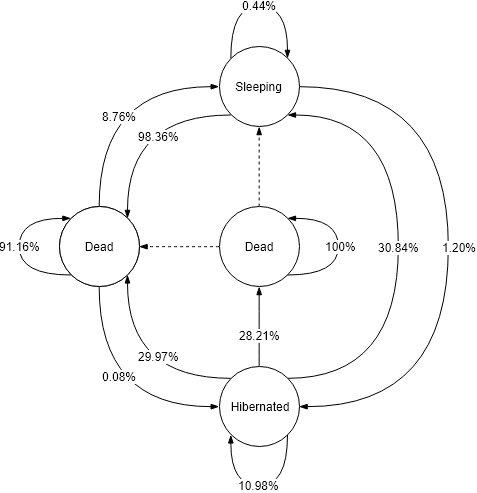
The draw.io diagram Chains/node_chain.png in collab-uniba/developersInactivityAnalysis, before a commit. Source tidied: cells renumbered, new cells last; positions are measured from the earlier drawing's top-left corner, leaving out a move shared by most shapes.
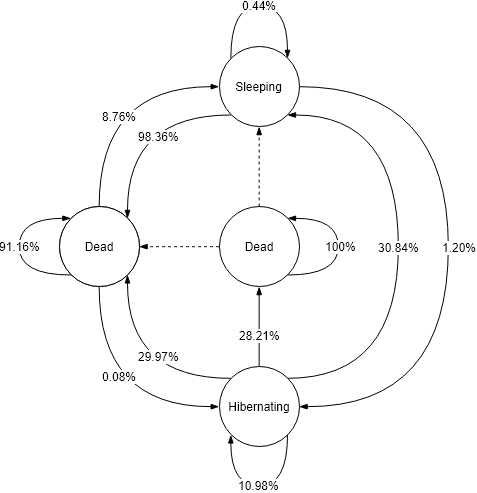
The same file after the commit.

Change to the diagram source:
```diff
@@ -105,7 +105,7 @@
         <mxPoint x="-24.5" as="offset" />
       </mxGeometry>
     </mxCell>
-    <mxCell id="22" value="Hibernated" style="ellipse;whiteSpace=wrap;html=1;" parent="1" vertex="1">
+    <mxCell id="22" value="Hibernating" style="ellipse;whiteSpace=wrap;html=1;" parent="1" vertex="1">
       <mxGeometry x="199.5" y="361" width="80" height="80" as="geometry" />
     </mxCell>
     <mxCell id="23" style="edgeStyle=orthogonalEdgeStyle;curved=1;rounded=0;orthogonalLoop=1;jettySize=auto;html=1;exitX=0;exitY=1;exitDx=0;exitDy=0;endArrow=blockThin;endFill=1;entryX=0;entryY=0;entryDx=0;entryDy=0;" parent="1" edge="1" source="6" target="6">
```
